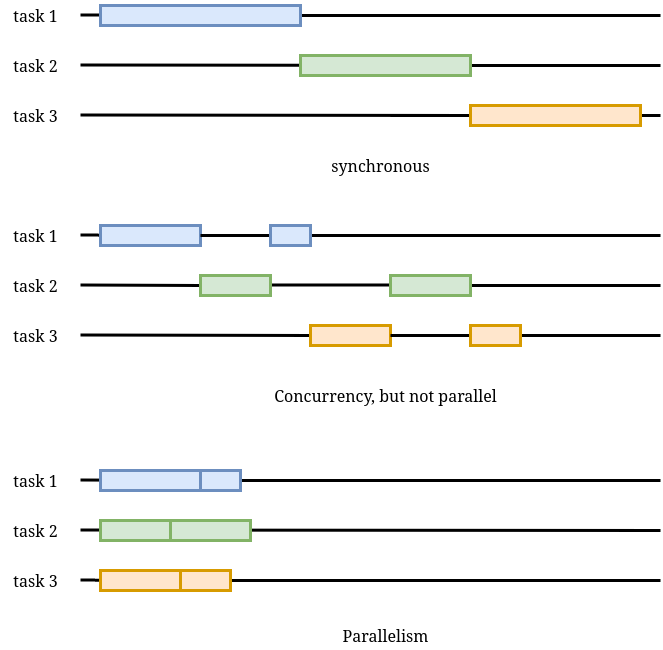
Above: media/concurrency_and_parallelism.png in vuthanhhai2302/understand-asynchronous-programming (draw.io), before the change. Source tidied: cells renumbered, new cells last; positions are measured from the earlier drawing's top-left corner, leaving out a move shared by most shapes.
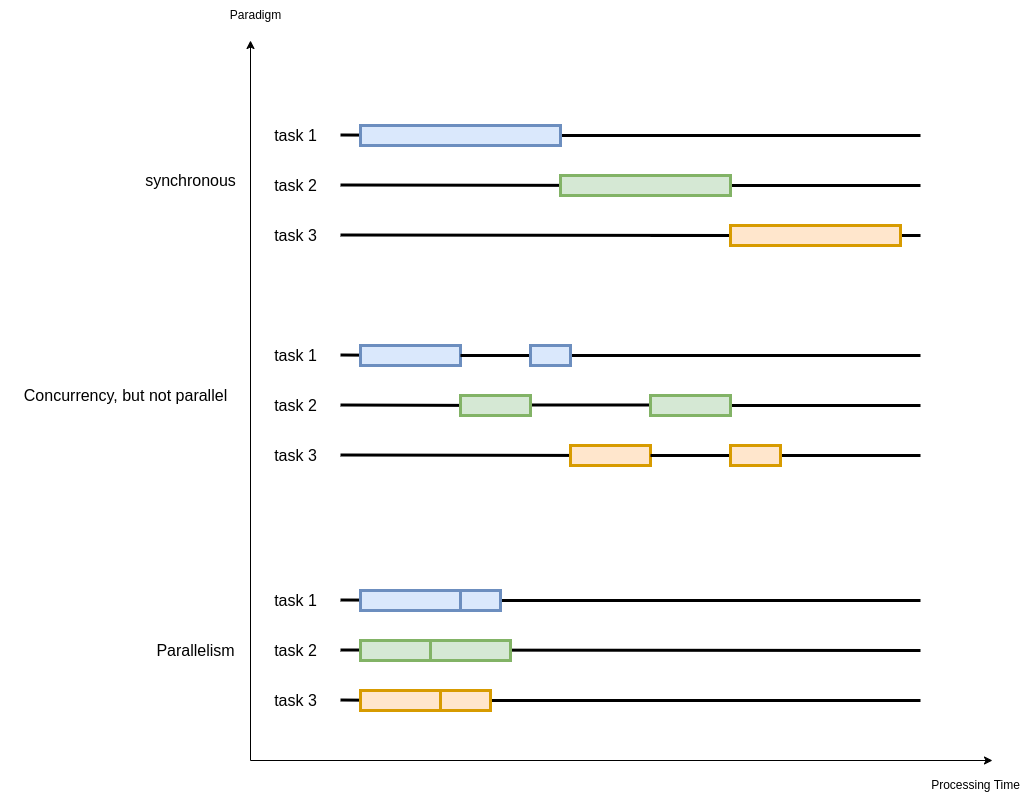
After the commit.

Diff of the diagram source:
```diff
@@ -126,10 +126,10 @@
       <mxGeometry x="180" y="570" width="50" height="20" as="geometry" />
     </mxCell>
     <mxCell id="34" value="Concurrency, but not parallel" style="text;html=1;align=center;verticalAlign=middle;strokeColor=none;fillColor=none;strokeWidth=3;fontSize=16;" parent="1" vertex="1">
-      <mxGeometry x="260" y="380" width="250" height="30" as="geometry" />
+      <mxGeometry x="-260" y="260" width="250" height="30" as="geometry" />
     </mxCell>
     <mxCell id="35" value="Parallelism" style="text;html=1;align=center;verticalAlign=middle;strokeColor=none;fillColor=none;strokeWidth=3;fontSize=16;" parent="1" vertex="1">
-      <mxGeometry x="330" y="620" width="110" height="30" as="geometry" />
+      <mxGeometry x="-120" y="515" width="110" height="30" as="geometry" />
     </mxCell>
     <mxCell id="36" value="task 1" style="text;html=1;align=center;verticalAlign=middle;strokeColor=none;fillColor=none;strokeWidth=3;fontSize=16;" parent="1" vertex="1">
       <mxGeometry width="70" height="30" as="geometry" />
@@ -193,10 +193,28 @@
       <mxGeometry x="470" y="105" width="170" height="20" as="geometry" />
     </mxCell>
     <mxCell id="50" value="synchronous" style="text;html=1;align=center;verticalAlign=middle;strokeColor=none;fillColor=none;strokeWidth=3;fontSize=16;" parent="1" vertex="1">
-      <mxGeometry x="320" y="150" width="120" height="30" as="geometry" />
+      <mxGeometry x="-130" y="45" width="120" height="30" as="geometry" />
     </mxCell>
     <mxCell id="51" style="rounded=0;whiteSpace=wrap;html=1;fillColor=#dae8fc;strokeColor=#6c8ebf;strokeWidth=3;" parent="1" vertex="1">
       <mxGeometry x="100" y="5" width="200" height="20" as="geometry" />
     </mxCell>
+    <mxCell id="52" style="endArrow=classic;html=1;rounded=0;" parent="1" edge="1">
+      <mxGeometry relative="1" as="geometry">
+        <mxPoint x="-10" y="640" as="sourcePoint" />
+        <mxPoint x="-10" y="-80" as="targetPoint" />
+      </mxGeometry>
+    </mxCell>
+    <mxCell id="53" style="endArrow=classic;html=1;rounded=0;" parent="1" edge="1">
+      <mxGeometry relative="1" as="geometry">
+        <mxPoint x="-10" y="640" as="sourcePoint" />
+        <mxPoint x="732" y="640" as="targetPoint" />
+      </mxGeometry>
+    </mxCell>
+    <mxCell id="54" value="Paradigm" style="text;html=1;align=center;verticalAlign=middle;strokeColor=none;fillColor=none;" parent="1" vertex="1">
+      <mxGeometry x="-40" y="-120" width="70" height="30" as="geometry" />
+    </mxCell>
+    <mxCell id="55" value="Processing Time" style="text;html=1;align=center;verticalAlign=middle;strokeColor=none;fillColor=none;" parent="1" vertex="1">
+      <mxGeometry x="660" y="650" width="110" height="30" as="geometry" />
+    </mxCell>
   </root>
 </mxGraphModel>
```
